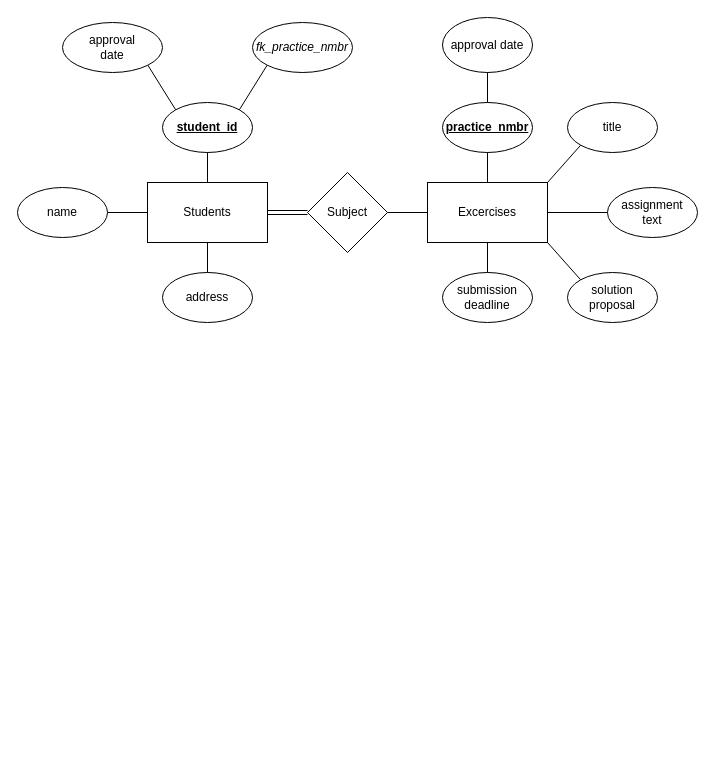
Earlier version of the draw.io diagram ER_Students_Excercises.drawio (oscar-dif/data-warehouse). Source tidied: cells renumbered, new cells numbered last; positions are measured from the earlier drawing's top-left corner, leaving out a move shared by most shapes. Both pictures are drawn from the tidied source at 100%, with x=0, y=0 at pixel (17, 17).
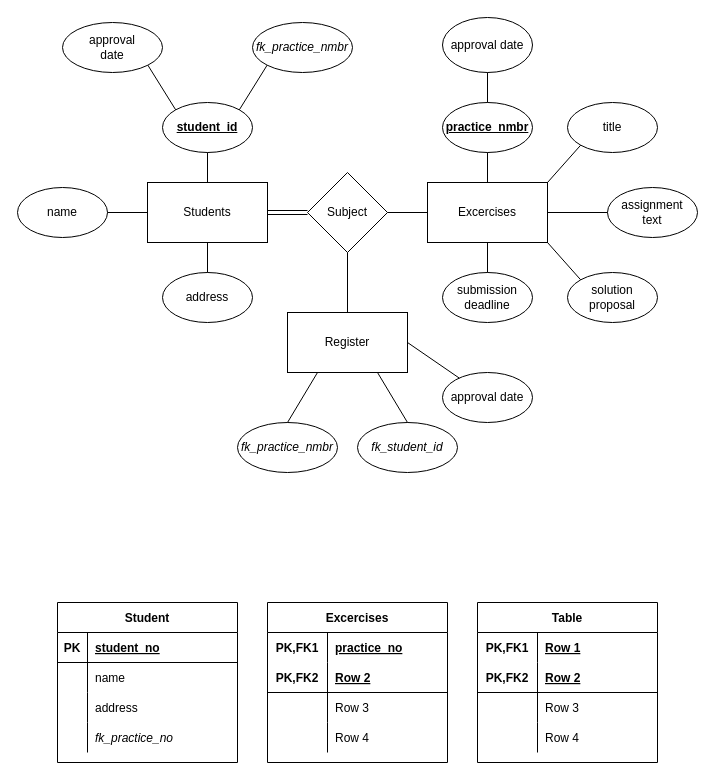
After the change.

The change refers to these unchanged cells:
```xml
<mxCell id="2" value="Subject" style="rhombus;whiteSpace=wrap;html=1;" parent="1" vertex="1">
  <mxGeometry x="290" y="155" width="80" height="80" as="geometry" />
</mxCell>
```

Diff of the diagram source:
```diff
@@
+    <mxCell id="29" style="endArrow=none;html=1;rounded=0;entryX=0.5;entryY=1;entryDx=0;entryDy=0;" parent="1" edge="1" target="2">
+      <mxGeometry relative="1" as="geometry">
+        <mxPoint x="330" y="295" as="sourcePoint" />
+      </mxGeometry>
+    </mxCell>
+    <mxCell id="30" value="Register" style="rounded=0;whiteSpace=wrap;html=1;" parent="1" vertex="1">
+      <mxGeometry x="270" y="295" width="120" height="60" as="geometry" />
+    </mxCell>
+    <mxCell id="31" value="approval date" style="ellipse;whiteSpace=wrap;html=1;" parent="1" vertex="1">
+      <mxGeometry x="425" y="355" width="90" height="50" as="geometry" />
+    </mxCell>
+    <mxCell id="32" value="&lt;i&gt;fk_student_id&lt;/i&gt;" style="ellipse;whiteSpace=wrap;html=1;" parent="1" vertex="1">
+      <mxGeometry x="340" y="405" width="100" height="50" as="geometry" />
+    </mxCell>
+    <mxCell id="33" value="&lt;i&gt;fk_practice_nmbr&lt;/i&gt;" style="ellipse;whiteSpace=wrap;html=1;" parent="1" vertex="1">
+      <mxGeometry x="220" y="405" width="100" height="50" as="geometry" />
+    </mxCell>
+    <mxCell id="34" style="endArrow=none;html=1;rounded=0;" parent="1" edge="1" target="31">
+      <mxGeometry relative="1" as="geometry">
+        <mxPoint x="390" y="325" as="sourcePoint" />
+      </mxGeometry>
+    </mxCell>
+    <mxCell id="35" style="endArrow=none;html=1;rounded=0;entryX=0.5;entryY=0;entryDx=0;entryDy=0;exitX=0.75;exitY=1;exitDx=0;exitDy=0;" parent="1" edge="1" source="30" target="32">
+      <mxGeometry relative="1" as="geometry" />
+    </mxCell>
+    <mxCell id="36" style="endArrow=none;html=1;rounded=0;exitX=0.5;exitY=0;exitDx=0;exitDy=0;" parent="1" edge="1" source="33">
+      <mxGeometry relative="1" as="geometry">
+        <mxPoint x="300" y="355" as="targetPoint" />
+      </mxGeometry>
+    </mxCell>
+    <mxCell id="37" value="Student" style="shape=table;startSize=30;childLayout=tableLayout;rowLines=0;fontStyle=1;align=center;labelBackgroundColor=#FFFFFF;gradientColor=#FFFFFF;" parent="1" vertex="1">
+      <mxGeometry x="40" y="585" width="180" height="160" as="geometry" />
+    </mxCell>
+    <mxCell id="38" style="shape=tableRow;horizontal=0;startSize=0;swimlaneHead=0;swimlaneBody=0;fillColor=none;top=0;left=0;right=0;bottom=1;labelBackgroundColor=#FFFFFF;" parent="37" vertex="1">
+      <mxGeometry y="30" width="180" height="30" as="geometry" />
+    </mxCell>
+    <mxCell id="39" value="PK" style="shape=partialRectangle;fillColor=none;top=0;left=0;bottom=0;right=0;fontStyle=1;overflow=hidden;labelBackgroundColor=#FFFFFF;" parent="38" vertex="1">
+      <mxGeometry width="30" height="30" as="geometry" />
+    </mxCell>
+    <mxCell id="40" value="student_no" style="shape=partialRectangle;fillColor=none;top=0;left=0;bottom=0;right=0;align=left;spacingLeft=6;fontStyle=5;overflow=hidden;labelBackgroundColor=#FFFFFF;" parent="38" vertex="1">
+      <mxGeometry x="30" width="150" height="30" as="geometry" />
+    </mxCell>
+    <mxCell id="41" style="shape=tableRow;horizontal=0;startSize=0;swimlaneHead=0;swimlaneBody=0;fillColor=none;top=0;left=0;right=0;bottom=0;labelBackgroundColor=#FFFFFF;" parent="37" vertex="1">
+      <mxGeometry y="60" width="180" height="30" as="geometry" />
+    </mxCell>
+    <mxCell id="42" style="shape=partialRectangle;fillColor=none;top=0;left=0;bottom=0;right=0;overflow=hidden;labelBackgroundColor=#FFFFFF;" parent="41" vertex="1">
+      <mxGeometry width="30" height="30" as="geometry" />
+    </mxCell>
+    <mxCell id="43" value="name" style="shape=partialRectangle;fillColor=none;top=0;left=0;bottom=0;right=0;align=left;spacingLeft=6;overflow=hidden;labelBackgroundColor=#FFFFFF;" parent="41" vertex="1">
+      <mxGeometry x="30" width="150" height="30" as="geometry" />
+    </mxCell>
+    <mxCell id="44" style="shape=tableRow;horizontal=0;startSize=0;swimlaneHead=0;swimlaneBody=0;fillColor=none;top=0;left=0;right=0;bottom=0;labelBackgroundColor=#FFFFFF;" parent="37" vertex="1">
+      <mxGeometry y="90" width="180" height="30" as="geometry" />
+    </mxCell>
+    <mxCell id="45" style="shape=partialRectangle;fillColor=none;top=0;left=0;bottom=0;right=0;overflow=hidden;labelBackgroundColor=#FFFFFF;" parent="44" vertex="1">
+      <mxGeometry width="30" height="30" as="geometry" />
+    </mxCell>
+    <mxCell id="46" value="address" style="shape=partialRectangle;fillColor=none;top=0;left=0;bottom=0;right=0;align=left;spacingLeft=6;overflow=hidden;labelBackgroundColor=#FFFFFF;" parent="44" vertex="1">
+      <mxGeometry x="30" width="150" height="30" as="geometry" />
+    </mxCell>
+    <mxCell id="47" style="shape=tableRow;horizontal=0;startSize=0;swimlaneHead=0;swimlaneBody=0;fillColor=none;top=0;left=0;right=0;bottom=0;labelBackgroundColor=#FFFFFF;" parent="37" vertex="1">
+      <mxGeometry y="120" width="180" height="30" as="geometry" />
+    </mxCell>
+    <mxCell id="48" style="shape=partialRectangle;fillColor=none;top=0;left=0;bottom=0;right=0;overflow=hidden;labelBackgroundColor=#FFFFFF;" parent="47" vertex="1">
+      <mxGeometry width="30" height="30" as="geometry" />
+    </mxCell>
+    <mxCell id="49" value="fk_practice_no" style="shape=partialRectangle;fillColor=none;top=0;left=0;bottom=0;right=0;align=left;spacingLeft=6;overflow=hidden;labelBackgroundColor=#FFFFFF;fontStyle=2;" parent="47" vertex="1">
+      <mxGeometry x="30" width="150" height="30" as="geometry" />
+    </mxCell>
+    <mxCell id="50" value="Excercises" style="shape=table;startSize=30;childLayout=tableLayout;rowLines=0;fontStyle=1;align=center;labelBackgroundColor=#FFFFFF;gradientColor=#FFFFFF;" parent="1" vertex="1">
+      <mxGeometry x="250" y="585" width="180" height="160" as="geometry" />
+    </mxCell>
+    <mxCell id="51" style="shape=tableRow;horizontal=0;startSize=0;swimlaneHead=0;swimlaneBody=0;fillColor=none;top=0;left=0;right=0;bottom=0;labelBackgroundColor=#FFFFFF;" parent="50" vertex="1">
+      <mxGeometry y="30" width="180" height="30" as="geometry" />
+    </mxCell>
+    <mxCell id="52" value="PK,FK1" style="shape=partialRectangle;fillColor=none;top=0;left=0;bottom=0;right=0;fontStyle=1;overflow=hidden;labelBackgroundColor=#FFFFFF;" parent="51" vertex="1">
+      <mxGeometry width="60" height="30" as="geometry" />
+    </mxCell>
+    <mxCell id="53" value="practice_no" style="shape=partialRectangle;fillColor=none;top=0;left=0;bottom=0;right=0;align=left;spacingLeft=6;fontStyle=5;overflow=hidden;labelBackgroundColor=#FFFFFF;" parent="51" vertex="1">
+      <mxGeometry x="60" width="120" height="30" as="geometry" />
+    </mxCell>
+    <mxCell id="54" style="shape=tableRow;horizontal=0;startSize=0;swimlaneHead=0;swimlaneBody=0;fillColor=none;top=0;left=0;right=0;bottom=1;labelBackgroundColor=#FFFFFF;" parent="50" vertex="1">
+      <mxGeometry y="60" width="180" height="30" as="geometry" />
+    </mxCell>
+    <mxCell id="55" value="PK,FK2" style="shape=partialRectangle;fillColor=none;top=0;left=0;bottom=0;right=0;fontStyle=1;overflow=hidden;labelBackgroundColor=#FFFFFF;" parent="54" vertex="1">
+      <mxGeometry width="60" height="30" as="geometry" />
+    </mxCell>
+    <mxCell id="56" value="Row 2" style="shape=partialRectangle;fillColor=none;top=0;left=0;bottom=0;right=0;align=left;spacingLeft=6;fontStyle=5;overflow=hidden;labelBackgroundColor=#FFFFFF;" parent="54" vertex="1">
+      <mxGeometry x="60" width="120" height="30" as="geometry" />
+    </mxCell>
+    <mxCell id="57" style="shape=tableRow;horizontal=0;startSize=0;swimlaneHead=0;swimlaneBody=0;fillColor=none;top=0;left=0;right=0;bottom=0;labelBackgroundColor=#FFFFFF;" parent="50" vertex="1">
+      <mxGeometry y="90" width="180" height="30" as="geometry" />
+    </mxCell>
+    <mxCell id="58" style="shape=partialRectangle;fillColor=none;top=0;left=0;bottom=0;right=0;overflow=hidden;labelBackgroundColor=#FFFFFF;" parent="57" vertex="1">
+      <mxGeometry width="60" height="30" as="geometry" />
+    </mxCell>
+    <mxCell id="59" value="Row 3" style="shape=partialRectangle;fillColor=none;top=0;left=0;bottom=0;right=0;align=left;spacingLeft=6;overflow=hidden;labelBackgroundColor=#FFFFFF;" parent="57" vertex="1">
+      <mxGeometry x="60" width="120" height="30" as="geometry" />
+    </mxCell>
+    <mxCell id="60" style="shape=tableRow;horizontal=0;startSize=0;swimlaneHead=0;swimlaneBody=0;fillColor=none;top=0;left=0;right=0;bottom=0;labelBackgroundColor=#FFFFFF;" parent="50" vertex="1">
+      <mxGeometry y="120" width="180" height="30" as="geometry" />
+    </mxCell>
+    <mxCell id="61" style="shape=partialRectangle;fillColor=none;top=0;left=0;bottom=0;right=0;overflow=hidden;labelBackgroundColor=#FFFFFF;" parent="60" vertex="1">
+      <mxGeometry width="60" height="30" as="geometry" />
+    </mxCell>
+    <mxCell id="62" value="Row 4" style="shape=partialRectangle;fillColor=none;top=0;left=0;bottom=0;right=0;align=left;spacingLeft=6;overflow=hidden;labelBackgroundColor=#FFFFFF;" parent="60" vertex="1">
+      <mxGeometry x="60" width="120" height="30" as="geometry" />
+    </mxCell>
+    <mxCell id="63" value="Table" style="shape=table;startSize=30;childLayout=tableLayout;rowLines=0;fontStyle=1;align=center;labelBackgroundColor=#FFFFFF;gradientColor=#FFFFFF;" parent="1" vertex="1">
+      <mxGeometry x="460" y="585" width="180" height="160" as="geometry" />
+    </mxCell>
+    <mxCell id="64" style="shape=tableRow;horizontal=0;startSize=0;swimlaneHead=0;swimlaneBody=0;fillColor=none;top=0;left=0;right=0;bottom=0;labelBackgroundColor=#FFFFFF;" parent="63" vertex="1">
+      <mxGeometry y="30" width="180" height="30" as="geometry" />
+    </mxCell>
+    <mxCell id="65" value="PK,FK1" style="shape=partialRectangle;fillColor=none;top=0;left=0;bottom=0;right=0;fontStyle=1;overflow=hidden;labelBackgroundColor=#FFFFFF;" parent="64" vertex="1">
+      <mxGeometry width="60" height="30" as="geometry" />
+    </mxCell>
+    <mxCell id="66" value="Row 1" style="shape=partialRectangle;fillColor=none;top=0;left=0;bottom=0;right=0;align=left;spacingLeft=6;fontStyle=5;overflow=hidden;labelBackgroundColor=#FFFFFF;" parent="64" vertex="1">
+      <mxGeometry x="60" width="120" height="30" as="geometry" />
+    </mxCell>
+    <mxCell id="67" style="shape=tableRow;horizontal=0;startSize=0;swimlaneHead=0;swimlaneBody=0;fillColor=none;top=0;left=0;right=0;bottom=1;labelBackgroundColor=#FFFFFF;" parent="63" vertex="1">
+      <mxGeometry y="60" width="180" height="30" as="geometry" />
+    </mxCell>
+    <mxCell id="68" value="PK,FK2" style="shape=partialRectangle;fillColor=none;top=0;left=0;bottom=0;right=0;fontStyle=1;overflow=hidden;labelBackgroundColor=#FFFFFF;" parent="67" vertex="1">
+      <mxGeometry width="60" height="30" as="geometry" />
+    </mxCell>
+    <mxCell id="69" value="Row 2" style="shape=partialRectangle;fillColor=none;top=0;left=0;bottom=0;right=0;align=left;spacingLeft=6;fontStyle=5;overflow=hidden;labelBackgroundColor=#FFFFFF;" parent="67" vertex="1">
+      <mxGeometry x="60" width="120" height="30" as="geometry" />
+    </mxCell>
+    <mxCell id="70" style="shape=tableRow;horizontal=0;startSize=0;swimlaneHead=0;swimlaneBody=0;fillColor=none;top=0;left=0;right=0;bottom=0;labelBackgroundColor=#FFFFFF;" parent="63" vertex="1">
+      <mxGeometry y="90" width="180" height="30" as="geometry" />
+    </mxCell>
+    <mxCell id="71" style="shape=partialRectangle;fillColor=none;top=0;left=0;bottom=0;right=0;overflow=hidden;labelBackgroundColor=#FFFFFF;" parent="70" vertex="1">
+      <mxGeometry width="60" height="30" as="geometry" />
+    </mxCell>
+    <mxCell id="72" value="Row 3" style="shape=partialRectangle;fillColor=none;top=0;left=0;bottom=0;right=0;align=left;spacingLeft=6;overflow=hidden;labelBackgroundColor=#FFFFFF;" parent="70" vertex="1">
+      <mxGeometry x="60" width="120" height="30" as="geometry" />
+    </mxCell>
+    <mxCell id="73" style="shape=tableRow;horizontal=0;startSize=0;swimlaneHead=0;swimlaneBody=0;fillColor=none;top=0;left=0;right=0;bottom=0;labelBackgroundColor=#FFFFFF;" parent="63" vertex="1">
+      <mxGeometry y="120" width="180" height="30" as="geometry" />
+    </mxCell>
+    <mxCell id="74" style="shape=partialRectangle;fillColor=none;top=0;left=0;bottom=0;right=0;overflow=hidden;labelBackgroundColor=#FFFFFF;" parent="73" vertex="1">
+      <mxGeometry width="60" height="30" as="geometry" />
+    </mxCell>
+    <mxCell id="75" value="Row 4" style="shape=partialRectangle;fillColor=none;top=0;left=0;bottom=0;right=0;align=left;spacingLeft=6;overflow=hidden;labelBackgroundColor=#FFFFFF;" parent="73" vertex="1">
+      <mxGeometry x="60" width="120" height="30" as="geometry" />
+    </mxCell>
```
